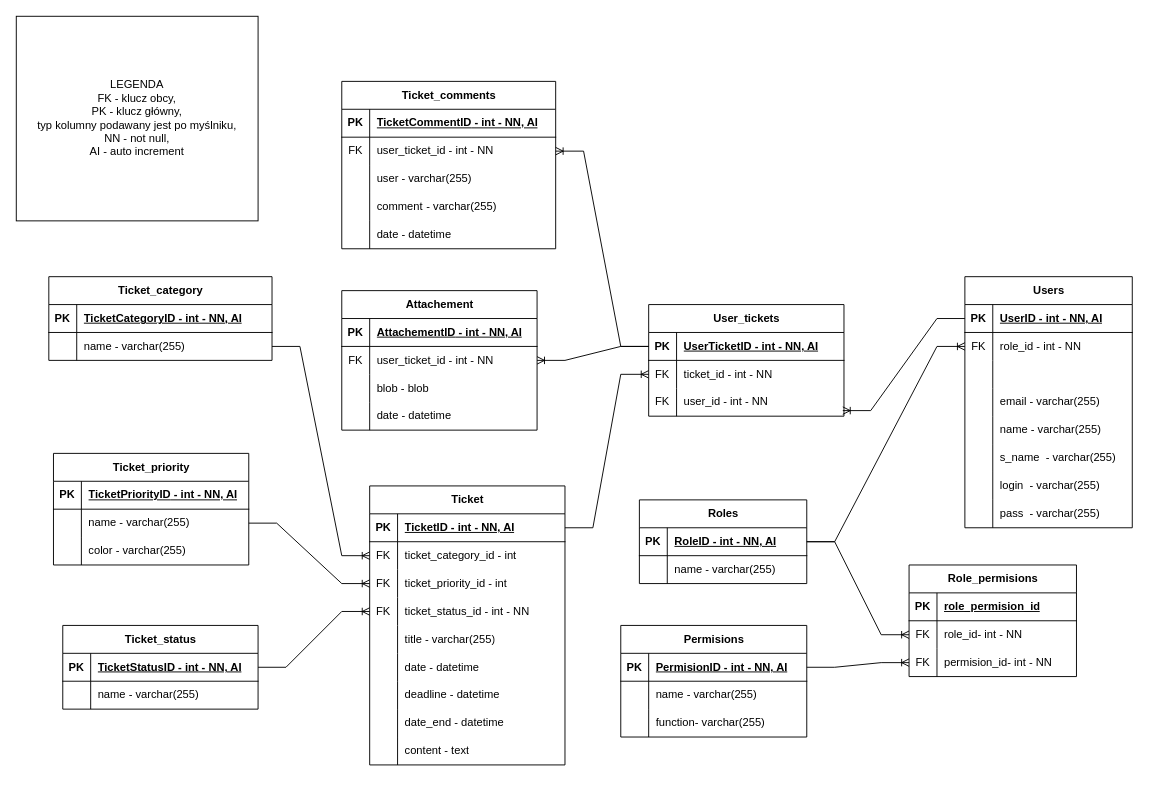
Earlier version of the draw.io diagram erd.drawio (RaiseCreed/jira-clone). Source tidied: cells renumbered, new cells numbered last; positions are measured from the earlier drawing's top-left corner, leaving out a move shared by most shapes. Both pictures are drawn from the tidied source at 93%, with x=0, y=0 at pixel (16, 16).
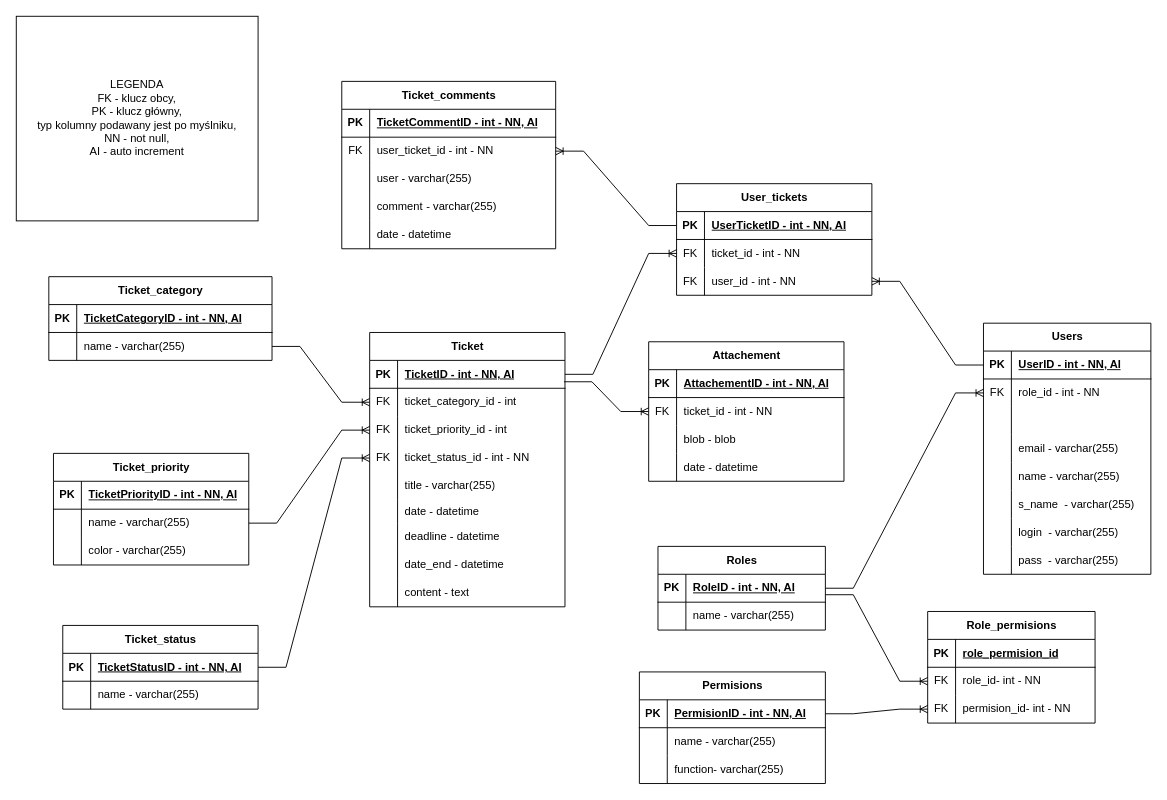
The same diagram, later.

Unchanged cells that the change refers to:
```xml
<mxCell id="3" style="shape=tableRow;horizontal=0;startSize=0;swimlaneHead=0;swimlaneBody=0;fillColor=none;points=[[0,0.5],[1,0.5]];portConstraint=eastwest;top=0;left=0;right=0;bottom=1;" parent="2" vertex="1">
  <mxGeometry y="30" width="210" height="30" as="geometry" />
</mxCell>
<mxCell id="48" style="shape=tableRow;horizontal=0;startSize=0;swimlaneHead=0;swimlaneBody=0;fillColor=none;points=[[0,0.5],[1,0.5]];portConstraint=eastwest;top=0;left=0;right=0;bottom=0;" parent="44" vertex="1">
  <mxGeometry y="60" width="210" height="30" as="geometry" />
</mxCell>
<mxCell id="84" style="shape=tableRow;horizontal=0;startSize=0;swimlaneHead=0;swimlaneBody=0;fillColor=none;points=[[0,0.5],[1,0.5]];portConstraint=eastwest;top=0;left=0;right=0;bottom=1;" parent="83" vertex="1">
  <mxGeometry y="30" width="180" height="30" as="geometry" />
</mxCell>
<mxCell id="109" style="shape=tableRow;horizontal=0;startSize=0;swimlaneHead=0;swimlaneBody=0;fillColor=none;points=[[0,0.5],[1,0.5]];portConstraint=eastwest;top=0;left=0;right=0;bottom=1;" parent="108" vertex="1">
  <mxGeometry y="30" width="180" height="30" as="geometry" />
</mxCell>
<mxCell id="131" style="shape=tableRow;horizontal=0;startSize=0;swimlaneHead=0;swimlaneBody=0;fillColor=none;points=[[0,0.5],[1,0.5]];portConstraint=eastwest;top=0;left=0;right=0;bottom=1;" parent="130" vertex="1">
  <mxGeometry y="30" width="210" height="30" as="geometry" />
</mxCell>
<mxCell id="134" style="shape=tableRow;horizontal=0;startSize=0;swimlaneHead=0;swimlaneBody=0;fillColor=none;points=[[0,0.5],[1,0.5]];portConstraint=eastwest;top=0;left=0;right=0;bottom=0;" parent="130" vertex="1">
  <mxGeometry y="60" width="210" height="30" as="geometry" />
</mxCell>
<mxCell id="137" style="shape=tableRow;horizontal=0;startSize=0;swimlaneHead=0;swimlaneBody=0;fillColor=none;points=[[0,0.5],[1,0.5]];portConstraint=eastwest;top=0;left=0;right=0;bottom=0;" parent="130" vertex="1">
  <mxGeometry y="90" width="210" height="30" as="geometry" />
</mxCell>
<mxCell id="146" style="shape=tableRow;horizontal=0;startSize=0;swimlaneHead=0;swimlaneBody=0;fillColor=none;points=[[0,0.5],[1,0.5]];portConstraint=eastwest;top=0;left=0;right=0;bottom=0;" parent="142" vertex="1">
  <mxGeometry y="60" width="180" height="30" as="geometry" />
</mxCell>
```

Change to the diagram source:
```diff
@@
     <mxCell id="2" value="Ticket" style="shape=table;startSize=30;childLayout=tableLayout;rowLines=0;fontStyle=1;align=center;html=1;" parent="1" vertex="1">
-      <mxGeometry x="380" y="505" width="210" height="300" as="geometry" />
+      <mxGeometry x="380" y="340" width="210" height="295" as="geometry" />
     </mxCell>
@@
     <mxCell id="18" style="shape=tableRow;horizontal=0;startSize=0;swimlaneHead=0;swimlaneBody=0;fillColor=none;top=0;left=0;right=0;bottom=0;" parent="2" vertex="1">
-      <mxGeometry y="180" width="210" height="30" as="geometry" />
+      <mxGeometry y="180" width="210" height="25" as="geometry" />
     </mxCell>
     <mxCell id="19" style="shape=partialRectangle;fillColor=none;top=0;left=0;bottom=0;right=0;overflow=hidden;whiteSpace=wrap;html=1;" parent="18" vertex="1">
-      <mxGeometry width="30" height="30" as="geometry" />
+      <mxGeometry width="30" height="25" as="geometry" />
     </mxCell>
     <mxCell id="20" value="date - datetime" style="shape=partialRectangle;fillColor=none;top=0;left=0;bottom=0;right=0;align=left;spacingLeft=6;overflow=hidden;whiteSpace=wrap;html=1;" parent="18" vertex="1">
-      <mxGeometry x="30" width="180" height="30" as="geometry" />
+      <mxGeometry x="30" width="180" height="25" as="geometry" />
     </mxCell>
     <mxCell id="21" style="shape=tableRow;horizontal=0;startSize=0;swimlaneHead=0;swimlaneBody=0;fillColor=none;top=0;left=0;right=0;bottom=0;" parent="2" vertex="1">
-      <mxGeometry y="210" width="210" height="30" as="geometry" />
+      <mxGeometry y="205" width="210" height="30" as="geometry" />
     </mxCell>
@@
     <mxCell id="24" style="shape=tableRow;horizontal=0;startSize=0;swimlaneHead=0;swimlaneBody=0;fillColor=none;top=0;left=0;right=0;bottom=0;" parent="2" vertex="1">
-      <mxGeometry y="240" width="210" height="30" as="geometry" />
+      <mxGeometry y="235" width="210" height="30" as="geometry" />
     </mxCell>
@@
     <mxCell id="27" style="shape=tableRow;horizontal=0;startSize=0;swimlaneHead=0;swimlaneBody=0;fillColor=none;top=0;left=0;right=0;bottom=0;" parent="2" vertex="1">
-      <mxGeometry y="270" width="210" height="30" as="geometry" />
+      <mxGeometry y="265" width="210" height="30" as="geometry" />
     </mxCell>
@@
     <mxCell id="44" value="Attachement" style="shape=table;startSize=30;childLayout=tableLayout;rowLines=0;fontStyle=1;align=center;html=1;" parent="1" vertex="1">
-      <mxGeometry x="350" y="295" width="210" height="150" as="geometry" />
+      <mxGeometry x="680" y="350" width="210" height="150" as="geometry" />
     </mxCell>
@@
-    <mxCell id="50" value="user_ticket_id - int - NN" style="shape=partialRectangle;fillColor=none;top=0;left=0;bottom=0;right=0;align=left;spacingLeft=6;overflow=hidden;whiteSpace=wrap;html=1;" parent="48" vertex="1">
+    <mxCell id="50" value="&lt;span style=&quot;background-color: initial;&quot;&gt;ticket_id - int - NN&lt;/span&gt;" style="shape=partialRectangle;fillColor=none;top=0;left=0;bottom=0;right=0;align=left;spacingLeft=6;overflow=hidden;whiteSpace=wrap;html=1;" parent="48" vertex="1">
       <mxGeometry x="30" width="180" height="30" as="geometry" />
     </mxCell>
@@
     <mxCell id="83" value="Users" style="shape=table;startSize=30;childLayout=tableLayout;rowLines=0;fontStyle=1;align=center;html=1;" parent="1" vertex="1">
-      <mxGeometry x="1020" y="280" width="180" height="270" as="geometry" />
+      <mxGeometry x="1040" y="330" width="180" height="270" as="geometry" />
     </mxCell>
@@
     <mxCell id="108" value="Roles" style="shape=table;startSize=30;childLayout=tableLayout;rowLines=0;fontStyle=1;align=center;html=1;" parent="1" vertex="1">
-      <mxGeometry x="670" y="520" width="180" height="90" as="geometry" />
+      <mxGeometry x="690" y="570" width="180" height="90" as="geometry" />
     </mxCell>
@@
     <mxCell id="115" value="Permisions" style="shape=table;startSize=30;childLayout=tableLayout;rowLines=0;fontStyle=1;align=center;html=1;" parent="1" vertex="1">
-      <mxGeometry x="650" y="655" width="200" height="120" as="geometry" />
+      <mxGeometry x="670" y="705" width="200" height="120" as="geometry" />
     </mxCell>
@@
-    <mxCell id="128" style="edgeStyle=entityRelationEdgeStyle;fontSize=12;html=1;endArrow=ERoneToMany;rounded=0;exitX=0;exitY=0.5;exitDx=0;exitDy=0;entryX=0.994;entryY=0.8;entryDx=0;entryDy=0;entryPerimeter=0;" parent="1" edge="1" source="84" target="137">
+    <mxCell id="128" style="edgeStyle=entityRelationEdgeStyle;fontSize=12;html=1;endArrow=ERoneToMany;rounded=0;exitX=0;exitY=0.5;exitDx=0;exitDy=0;entryX=1;entryY=0.5;entryDx=0;entryDy=0;" parent="1" edge="1" source="84" target="137">
       <mxGeometry relative="1" as="geometry" />
     </mxCell>
-    <mxCell id="129" style="edgeStyle=entityRelationEdgeStyle;fontSize=12;html=1;endArrow=ERoneToMany;rounded=0;exitX=1;exitY=0.5;exitDx=0;exitDy=0;entryX=0;entryY=0.5;entryDx=0;entryDy=0;" parent="1" edge="1" source="3">
-      <mxGeometry relative="1" as="geometry">
-        <mxPoint x="680" y="385" as="targetPoint" />
-      </mxGeometry>
+    <mxCell id="129" style="edgeStyle=entityRelationEdgeStyle;fontSize=12;html=1;endArrow=ERoneToMany;rounded=0;exitX=1;exitY=0.5;exitDx=0;exitDy=0;entryX=0;entryY=0.5;entryDx=0;entryDy=0;" parent="1" edge="1" source="3" target="134">
+      <mxGeometry relative="1" as="geometry" />
     </mxCell>
     <mxCell id="130" value="User_tickets" style="shape=table;startSize=30;childLayout=tableLayout;rowLines=0;fontStyle=1;align=center;html=1;" parent="1" vertex="1">
-      <mxGeometry x="680" y="310" width="210" height="120" as="geometry" />
+      <mxGeometry x="710" y="180" width="210" height="120" as="geometry" />
     </mxCell>
@@
     <mxCell id="142" value="Role_permisions" style="shape=table;startSize=30;childLayout=tableLayout;rowLines=0;fontStyle=1;align=center;html=1;" parent="1" vertex="1">
-      <mxGeometry x="960" y="590" width="180" height="120" as="geometry" />
+      <mxGeometry x="980" y="640" width="180" height="120" as="geometry" />
     </mxCell>
@@
-    <mxCell id="152" style="edgeStyle=entityRelationEdgeStyle;fontSize=12;html=1;endArrow=ERoneToMany;rounded=0;exitX=1;exitY=0.5;exitDx=0;exitDy=0;entryX=0;entryY=0.5;entryDx=0;entryDy=0;" parent="1" edge="1" source="109" target="146">
+    <mxCell id="152" style="edgeStyle=entityRelationEdgeStyle;fontSize=12;html=1;endArrow=ERoneToMany;rounded=0;exitX=1;exitY=0.733;exitDx=0;exitDy=0;entryX=0;entryY=0.5;entryDx=0;entryDy=0;exitPerimeter=0;" parent="1" edge="1" source="109" target="146">
       <mxGeometry relative="1" as="geometry" />
     </mxCell>
@@
-    <mxCell id="155" style="edgeStyle=entityRelationEdgeStyle;fontSize=12;html=1;endArrow=ERoneToMany;rounded=0;entryX=1;entryY=0.5;entryDx=0;entryDy=0;exitX=0;exitY=0.5;exitDx=0;exitDy=0;" parent="1" edge="1" source="131" target="48">
-      <mxGeometry relative="1" as="geometry" />
-    </mxCell>
+    <mxCell id="156" style="edgeStyle=entityRelationEdgeStyle;fontSize=12;html=1;endArrow=ERoneToMany;rounded=0;exitX=0.995;exitY=0.767;exitDx=0;exitDy=0;exitPerimeter=0;entryX=0;entryY=0.5;entryDx=0;entryDy=0;" parent="1" edge="1" source="3" target="48">
+      <mxGeometry relative="1" as="geometry" />
+    </mxCell>
```
